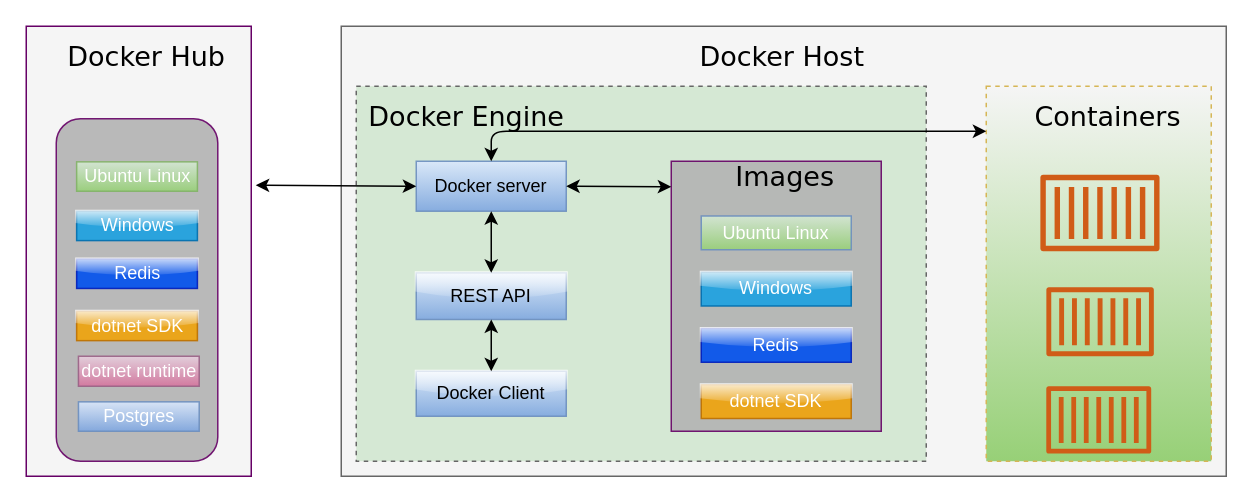
Before: page "DockerEngine" (3 of 3) of Untitled Diagram.drawio in KollaRajesh/AzureTechDayDemo-Containers, a draw.io diagram. Source tidied: cells renumbered, new cells numbered last; positions are measured from the earlier drawing's top-left corner, leaving out a move shared by most shapes. Both pictures are drawn from the tidied source at 150%, with x=0, y=0 at pixel (26, 26).
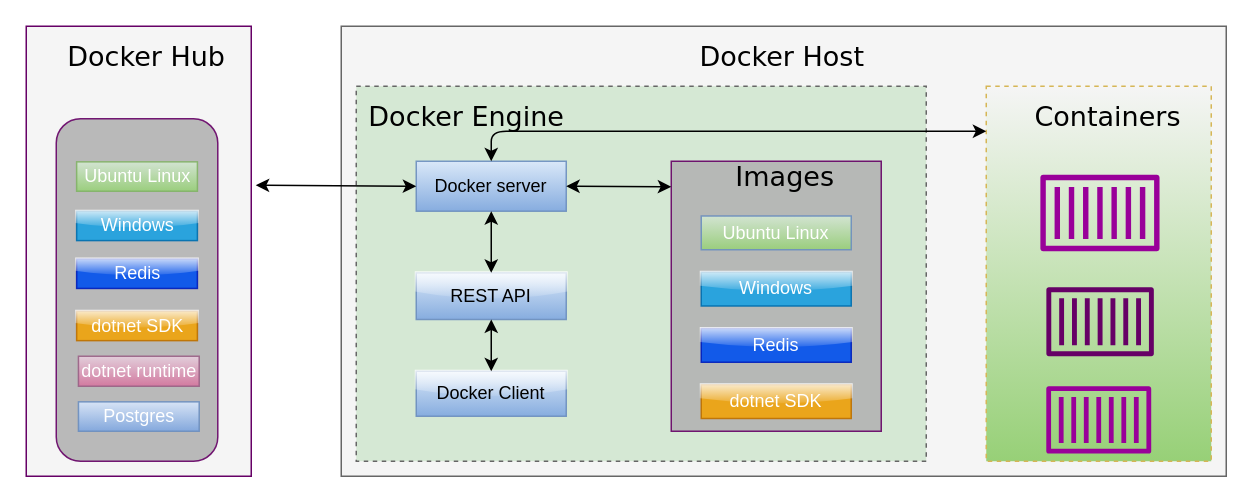
Above is the later version.

Commit message:
updated docker-Image flow

The edit, as a diff of the source:
```diff
@@
-    <mxCell id="34" style="fontColor=#232F3E;gradientColor=none;fillColor=#D05C17;strokeColor=none;dashed=0;verticalLabelPosition=bottom;verticalAlign=top;align=center;html=1;fontSize=12;fontStyle=0;shape=mxgraph.aws4.container_1;rounded=0;shadow=0;glass=0;sketch=0;" parent="1" vertex="1">
+    <mxCell id="34" style="fontColor=#232F3E;gradientColor=none;strokeColor=none;dashed=0;verticalLabelPosition=bottom;verticalAlign=top;align=center;html=1;fontSize=12;fontStyle=0;shape=mxgraph.aws4.container_1;rounded=0;shadow=0;glass=0;sketch=0;fillColor=#990099;" parent="1" vertex="1">
       <mxGeometry x="676" y="99" width="79.6" height="51" as="geometry" />
     </mxCell>
-    <mxCell id="35" style="fontColor=#232F3E;gradientColor=none;fillColor=#D05C17;strokeColor=none;dashed=0;verticalLabelPosition=bottom;verticalAlign=top;align=center;html=1;fontSize=12;fontStyle=0;shape=mxgraph.aws4.container_1;rounded=0;shadow=0;glass=0;sketch=0;" parent="1" vertex="1">
+    <mxCell id="35" style="fontColor=#232F3E;gradientColor=none;strokeColor=none;dashed=0;verticalLabelPosition=bottom;verticalAlign=top;align=center;html=1;fontSize=12;fontStyle=0;shape=mxgraph.aws4.container_1;rounded=0;shadow=0;glass=0;sketch=0;fillColor=#660066;" parent="1" vertex="1">
       <mxGeometry x="680" y="174" width="71.8" height="46" as="geometry" />
     </mxCell>
-    <mxCell id="36" style="fontColor=#232F3E;gradientColor=none;fillColor=#D05C17;strokeColor=none;dashed=0;verticalLabelPosition=bottom;verticalAlign=top;align=center;html=1;fontSize=12;fontStyle=0;shape=mxgraph.aws4.container_1;rounded=0;shadow=0;glass=0;sketch=0;" parent="1" vertex="1">
+    <mxCell id="36" style="fontColor=#232F3E;gradientColor=none;strokeColor=none;dashed=0;verticalLabelPosition=bottom;verticalAlign=top;align=center;html=1;fontSize=12;fontStyle=0;shape=mxgraph.aws4.container_1;rounded=0;shadow=0;glass=0;sketch=0;fillColor=#990099;" parent="1" vertex="1">
       <mxGeometry x="680" y="240" width="70" height="44.9" as="geometry" />
     </mxCell>
```
